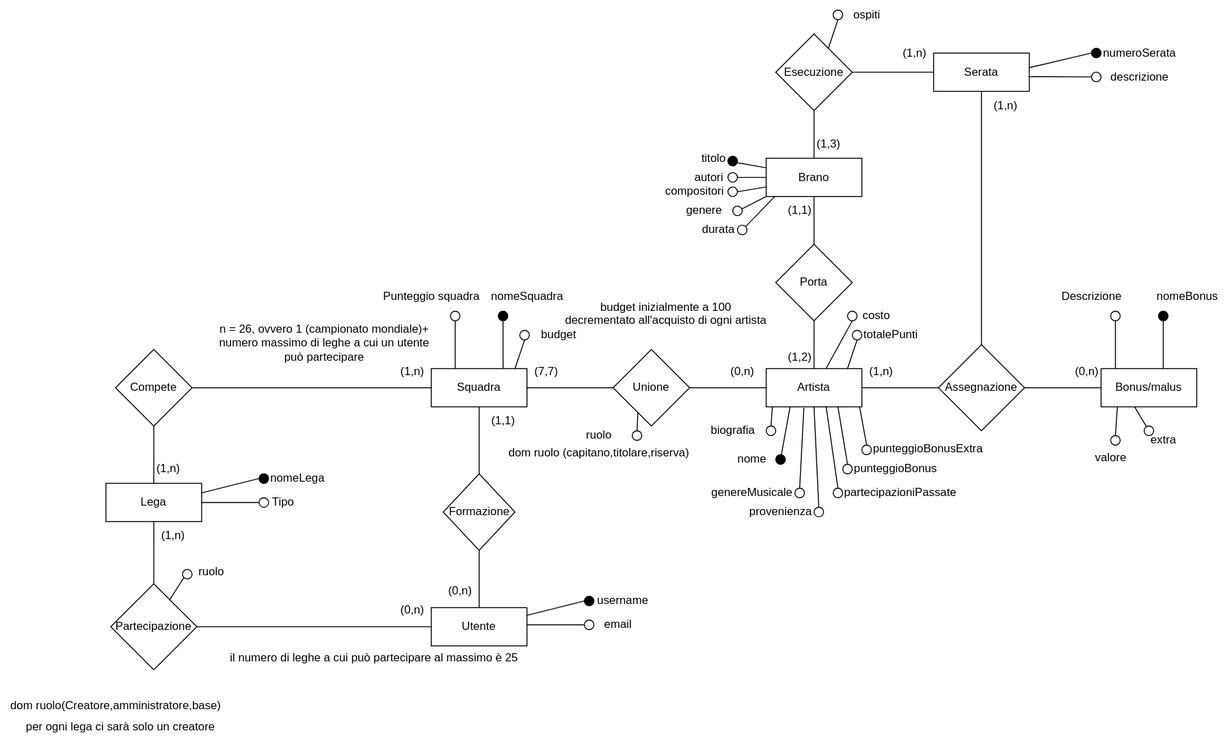
Before: PrimoERBaseBasatoStorato.drawio.svg, a diagram exported from draw.io (Gabriele-traversa/basati_datati_storati). Source tidied: cells renumbered, new cells last; positions are measured from the earlier drawing's top-left corner, leaving out a move shared by most shapes.
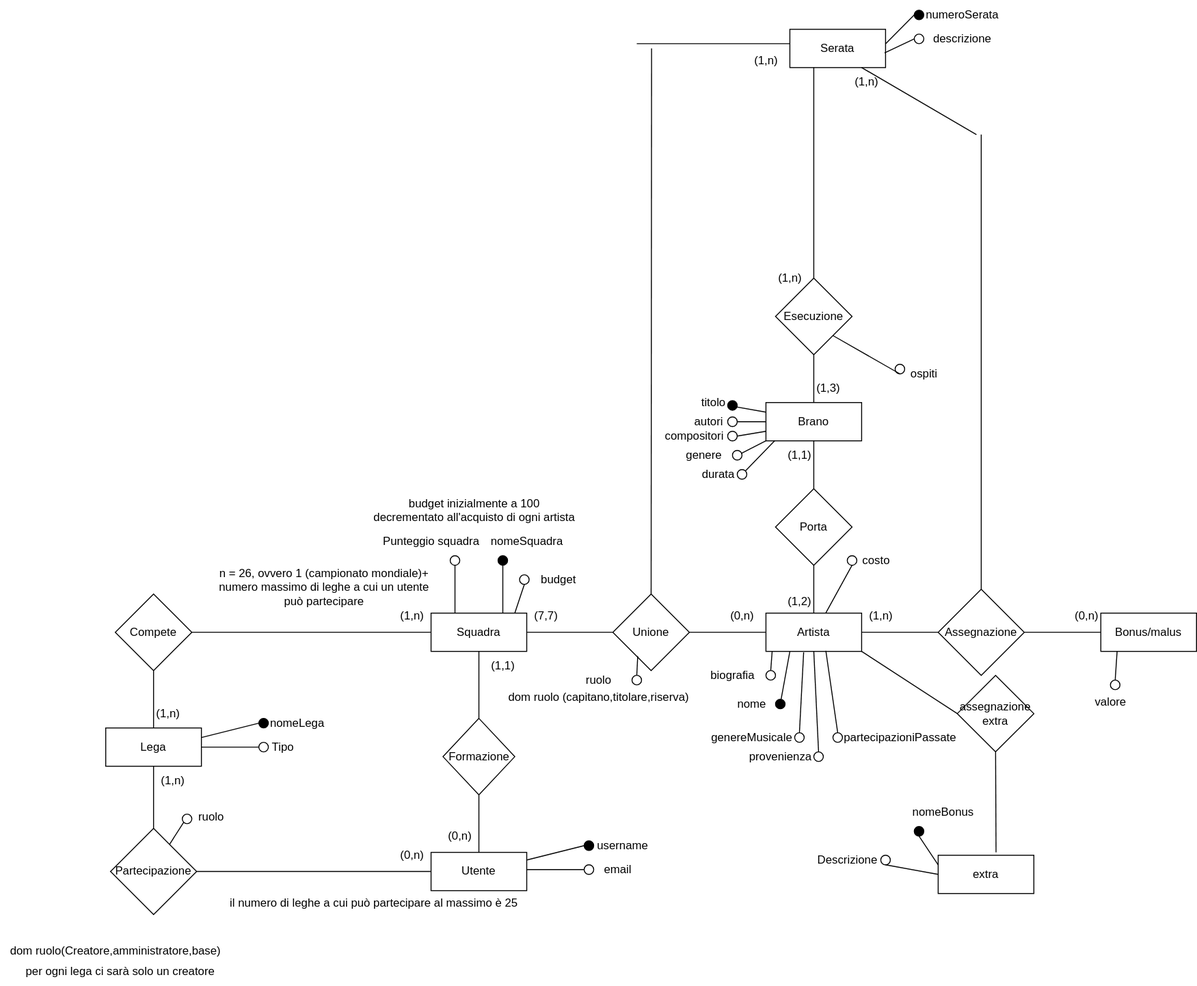
Above is the later version.

Change to the diagram source:
```diff
@@ -9,7 +9,7 @@
       <mxGeometry x="1150" y="385" width="100" height="40" as="geometry" />
     </mxCell>
     <mxCell id="4" value="Serata" style="whiteSpace=wrap;html=1;align=center;" parent="1" vertex="1">
-      <mxGeometry x="975" y="55" width="100" height="40" as="geometry" />
+      <mxGeometry x="825" y="-225" width="100" height="40" as="geometry" />
     </mxCell>
     <mxCell id="5" value="Lega" style="whiteSpace=wrap;html=1;align=center;" parent="1" vertex="1">
       <mxGeometry x="110" y="505" width="100" height="40" as="geometry" />
@@ -59,6 +59,11 @@
     <mxCell id="20" style="edgeStyle=none;html=1;exitX=0;exitY=0.5;exitDx=0;exitDy=0;entryX=1;entryY=0.5;entryDx=0;entryDy=0;endArrow=none;endFill=0;" parent="1" edge="1" source="21" target="7">
       <mxGeometry relative="1" as="geometry" />
     </mxCell>
+    <mxCell id="142" style="edgeStyle=none;html=1;exitX=0.5;exitY=0;exitDx=0;exitDy=0;endArrow=none;endFill=0;" parent="1" edge="1" source="21">
+      <mxGeometry relative="1" as="geometry">
+        <mxPoint x="680.5" y="-205" as="targetPoint" />
+      </mxGeometry>
+    </mxCell>
     <mxCell id="21" value="Unione" style="rhombus;whiteSpace=wrap;html=1;" parent="1" vertex="1">
       <mxGeometry x="640" y="365" width="80" height="80" as="geometry" />
     </mxCell>
@@ -68,8 +73,10 @@
     <mxCell id="23" style="edgeStyle=none;html=1;exitX=1;exitY=0.5;exitDx=0;exitDy=0;entryX=0;entryY=0.5;entryDx=0;entryDy=0;endArrow=none;endFill=0;" parent="1" edge="1" source="25" target="3">
       <mxGeometry relative="1" as="geometry" />
     </mxCell>
-    <mxCell id="24" style="edgeStyle=none;html=1;exitX=0.5;exitY=0;exitDx=0;exitDy=0;entryX=0.5;entryY=1;entryDx=0;entryDy=0;endArrow=none;endFill=0;" parent="1" edge="1" source="25" target="4">
-      <mxGeometry relative="1" as="geometry" />
+    <mxCell id="24" style="edgeStyle=none;html=1;exitX=0.5;exitY=0;exitDx=0;exitDy=0;endArrow=none;endFill=0;" parent="1" edge="1" source="25">
+      <mxGeometry relative="1" as="geometry">
+        <mxPoint x="1025" y="-115" as="targetPoint" />
+      </mxGeometry>
     </mxCell>
     <mxCell id="25" value="Assegnazione" style="rhombus;whiteSpace=wrap;html=1;" parent="1" vertex="1">
       <mxGeometry x="980" y="360" width="90" height="90" as="geometry" />
@@ -86,7 +93,7 @@
     <mxCell id="29" style="edgeStyle=none;html=1;exitX=0.5;exitY=1;exitDx=0;exitDy=0;endArrow=none;endFill=0;" parent="1" edge="1" source="31" target="2">
       <mxGeometry relative="1" as="geometry" />
     </mxCell>
-    <mxCell id="30" style="edgeStyle=none;html=1;exitX=1;exitY=0.5;exitDx=0;exitDy=0;entryX=0;entryY=0.5;entryDx=0;entryDy=0;endArrow=none;endFill=0;" parent="1" edge="1" source="31" target="4">
+    <mxCell id="30" style="edgeStyle=none;html=1;exitX=0.5;exitY=0;exitDx=0;exitDy=0;entryX=0.25;entryY=1;entryDx=0;entryDy=0;endArrow=none;endFill=0;" parent="1" edge="1" source="31" target="4">
       <mxGeometry relative="1" as="geometry" />
     </mxCell>
     <mxCell id="31" value="Esecuzione" style="rhombus;whiteSpace=wrap;html=1;" parent="1" vertex="1">
@@ -171,18 +178,6 @@
     <mxCell id="56" style="ellipse;whiteSpace=wrap;html=1;fillColor=none;" parent="1" vertex="1">
       <mxGeometry x="870" y="510" width="10" height="10" as="geometry" />
     </mxCell>
-    <mxCell id="57" style="edgeStyle=none;html=1;entryX=0.5;entryY=0;entryDx=0;entryDy=0;endArrow=none;endFill=0;strokeColor=default;exitX=0.75;exitY=1;exitDx=0;exitDy=0;" parent="1" edge="1" source="6" target="58">
-      <mxGeometry relative="1" as="geometry" />
-    </mxCell>
-    <mxCell id="58" style="ellipse;whiteSpace=wrap;html=1;fillColor=none;" parent="1" vertex="1">
-      <mxGeometry x="880" y="485" width="10" height="10" as="geometry" />
-    </mxCell>
-    <mxCell id="59" style="edgeStyle=none;html=1;entryX=0.5;entryY=0;entryDx=0;entryDy=0;endArrow=none;endFill=0;strokeColor=default;exitX=0.976;exitY=0.996;exitDx=0;exitDy=0;exitPerimeter=0;" parent="1" edge="1" source="6" target="60">
-      <mxGeometry relative="1" as="geometry" />
-    </mxCell>
-    <mxCell id="60" style="ellipse;whiteSpace=wrap;html=1;fillColor=none;" parent="1" vertex="1">
-      <mxGeometry x="900" y="465" width="10" height="10" as="geometry" />
-    </mxCell>
     <mxCell id="61" value="nome" style="text;html=1;align=center;verticalAlign=middle;strokeColor=none;fillColor=none;" parent="1" vertex="1">
       <mxGeometry x="760" y="465" width="50" height="30" as="geometry" />
     </mxCell>
@@ -198,44 +193,23 @@
     <mxCell id="65" value="partecipazioniPassate" style="text;html=1;align=center;verticalAlign=middle;strokeColor=none;fillColor=none;" parent="1" vertex="1">
       <mxGeometry x="870" y="500" width="140" height="30" as="geometry" />
     </mxCell>
-    <mxCell id="66" value="punteggioBonus" style="text;html=1;align=center;verticalAlign=middle;strokeColor=none;fillColor=none;" parent="1" vertex="1">
-      <mxGeometry x="880" y="475" width="110" height="30" as="geometry" />
-    </mxCell>
-    <mxCell id="67" value="&lt;span style=&quot;color: rgb(0, 0, 0); font-family: Helvetica; font-size: 12px; font-style: normal; font-variant-ligatures: normal; font-variant-caps: normal; font-weight: 400; letter-spacing: normal; orphans: 2; text-align: center; text-indent: 0px; text-transform: none; widows: 2; word-spacing: 0px; -webkit-text-stroke-width: 0px; white-space: nowrap; background-color: rgb(255, 255, 255); text-decoration-thickness: initial; text-decoration-style: initial; text-decoration-color: initial; float: none; display: inline !important;&quot;&gt;punteggioBonusExtra&lt;/span&gt;" style="text;whiteSpace=wrap;html=1;" parent="1" vertex="1">
-      <mxGeometry x="910" y="455" width="120" height="40" as="geometry" />
-    </mxCell>
-    <mxCell id="68" style="edgeStyle=none;html=1;exitX=0.5;exitY=1;exitDx=0;exitDy=0;entryX=0.25;entryY=0;entryDx=0;entryDy=0;endArrow=none;endFill=0;" parent="1" edge="1" source="69">
-      <mxGeometry relative="1" as="geometry">
-        <mxPoint x="885" y="385" as="targetPoint" />
-      </mxGeometry>
-    </mxCell>
-    <mxCell id="69" style="ellipse;whiteSpace=wrap;html=1;fillColor=none;" parent="1" vertex="1">
-      <mxGeometry x="890" y="345" width="10" height="10" as="geometry" />
-    </mxCell>
-    <mxCell id="70" value="totalePunti" style="text;html=1;align=center;verticalAlign=middle;strokeColor=none;fillColor=none;" parent="1" vertex="1">
-      <mxGeometry x="890" y="335" width="80" height="30" as="geometry" />
-    </mxCell>
-    <mxCell id="71" style="edgeStyle=none;html=1;exitX=0.5;exitY=1;exitDx=0;exitDy=0;entryX=0.75;entryY=0;entryDx=0;entryDy=0;endArrow=none;endFill=0;" parent="1" edge="1" source="72">
-      <mxGeometry relative="1" as="geometry">
-        <mxPoint x="1215" y="385" as="targetPoint" />
-      </mxGeometry>
+    <mxCell id="71" style="edgeStyle=none;html=1;exitX=0.5;exitY=1;exitDx=0;exitDy=0;entryX=0;entryY=0.25;entryDx=0;entryDy=0;endArrow=none;endFill=0;" parent="1" edge="1" source="72" target="82">
+      <mxGeometry relative="1" as="geometry" />
     </mxCell>
     <mxCell id="72" style="ellipse;whiteSpace=wrap;html=1;fillColor=#000000;" parent="1" vertex="1">
-      <mxGeometry x="1210" y="325" width="10" height="10" as="geometry" />
+      <mxGeometry x="955" y="608" width="10" height="10" as="geometry" />
     </mxCell>
-    <mxCell id="73" style="edgeStyle=none;html=1;exitX=0.5;exitY=1;exitDx=0;exitDy=0;entryX=0.25;entryY=0;entryDx=0;entryDy=0;endArrow=none;endFill=0;" parent="1" edge="1" source="74">
-      <mxGeometry relative="1" as="geometry">
-        <mxPoint x="1165" y="385" as="targetPoint" />
-      </mxGeometry>
+    <mxCell id="73" style="edgeStyle=none;html=1;exitX=0.5;exitY=1;exitDx=0;exitDy=0;entryX=0;entryY=0.5;entryDx=0;entryDy=0;endArrow=none;endFill=0;" parent="1" edge="1" source="74" target="82">
+      <mxGeometry relative="1" as="geometry" />
     </mxCell>
     <mxCell id="74" style="ellipse;whiteSpace=wrap;html=1;fillColor=none;" parent="1" vertex="1">
-      <mxGeometry x="1160" y="325" width="10" height="10" as="geometry" />
+      <mxGeometry x="920" y="638" width="10" height="10" as="geometry" />
     </mxCell>
     <mxCell id="75" value="nomeBonus" style="text;html=1;align=center;verticalAlign=middle;strokeColor=none;fillColor=none;" parent="1" vertex="1">
-      <mxGeometry x="1195" y="295" width="90" height="30" as="geometry" />
+      <mxGeometry x="940" y="578" width="90" height="30" as="geometry" />
     </mxCell>
     <mxCell id="76" value="Descrizione" style="text;html=1;align=center;verticalAlign=middle;strokeColor=none;fillColor=none;" parent="1" vertex="1">
-      <mxGeometry x="1095" y="295" width="90" height="30" as="geometry" />
+      <mxGeometry x="840" y="628" width="90" height="30" as="geometry" />
     </mxCell>
     <mxCell id="77" style="edgeStyle=none;html=1;entryX=0.5;entryY=0;entryDx=0;entryDy=0;endArrow=none;endFill=0;strokeColor=default;exitX=0.065;exitY=0.998;exitDx=0;exitDy=0;exitPerimeter=0;" parent="1" edge="1" target="78">
       <mxGeometry relative="1" as="geometry">
@@ -245,20 +219,9 @@
     <mxCell id="78" style="ellipse;whiteSpace=wrap;html=1;fillColor=none;" parent="1" vertex="1">
       <mxGeometry x="1160" y="455" width="10" height="10" as="geometry" />
     </mxCell>
-    <mxCell id="79" style="edgeStyle=none;html=1;exitX=0.25;exitY=1;exitDx=0;exitDy=0;endArrow=none;endFill=0;" parent="1" edge="1" target="80">
-      <mxGeometry relative="1" as="geometry">
-        <mxPoint x="1185" y="425" as="sourcePoint" />
-      </mxGeometry>
-    </mxCell>
-    <mxCell id="80" style="ellipse;whiteSpace=wrap;html=1;fillColor=none;" parent="1" vertex="1">
-      <mxGeometry x="1195" y="445" width="10" height="10" as="geometry" />
-    </mxCell>
     <mxCell id="81" value="valore" style="text;html=1;align=center;verticalAlign=middle;strokeColor=none;fillColor=none;" parent="1" vertex="1">
       <mxGeometry x="1130" y="463" width="60" height="30" as="geometry" />
     </mxCell>
-    <mxCell id="82" value="extra" style="text;html=1;align=center;verticalAlign=middle;points=[];strokeColor=none;fillColor=none;" parent="1" vertex="1">
-      <mxGeometry x="1190" y="445" width="50" height="30" as="geometry" />
-    </mxCell>
     <mxCell id="83" style="edgeStyle=none;html=1;exitX=1;exitY=0.5;exitDx=0;exitDy=0;entryX=0;entryY=0.5;entryDx=0;entryDy=0;endArrow=none;endFill=0;strokeColor=default;" parent="1" edge="1" target="86">
       <mxGeometry relative="1" as="geometry">
         <mxPoint x="550" y="653" as="sourcePoint" />
@@ -285,30 +248,28 @@
       <mxGeometry relative="1" as="geometry" />
     </mxCell>
     <mxCell id="90" style="ellipse;whiteSpace=wrap;html=1;fillColor=#000000;" parent="1" vertex="1">
-      <mxGeometry x="1140" y="50" width="10" height="10" as="geometry" />
+      <mxGeometry x="955" y="-245" width="10" height="10" as="geometry" />
     </mxCell>
     <mxCell id="91" style="edgeStyle=none;html=1;exitX=0.999;exitY=0.382;exitDx=0;exitDy=0;entryX=0;entryY=0.5;entryDx=0;entryDy=0;endArrow=none;endFill=0;exitPerimeter=0;" parent="1" edge="1" source="4" target="90">
       <mxGeometry relative="1" as="geometry" />
     </mxCell>
     <mxCell id="92" style="ellipse;whiteSpace=wrap;html=1;fillColor=none;" parent="1" vertex="1">
-      <mxGeometry x="1140" y="75" width="10" height="10" as="geometry" />
+      <mxGeometry x="955" y="-220" width="10" height="10" as="geometry" />
     </mxCell>
     <mxCell id="93" value="numeroSerata" style="text;html=1;align=center;verticalAlign=middle;strokeColor=none;fillColor=none;" parent="1" vertex="1">
-      <mxGeometry x="1140" y="40" width="100" height="30" as="geometry" />
+      <mxGeometry x="955" y="-255" width="100" height="30" as="geometry" />
     </mxCell>
     <mxCell id="94" value="descrizione" style="text;html=1;align=center;verticalAlign=middle;strokeColor=none;fillColor=none;" parent="1" vertex="1">
-      <mxGeometry x="1150" y="65" width="80" height="30" as="geometry" />
+      <mxGeometry x="965" y="-230" width="80" height="30" as="geometry" />
     </mxCell>
-    <mxCell id="95" style="edgeStyle=none;html=1;exitX=0.5;exitY=1;exitDx=0;exitDy=0;entryX=0.25;entryY=0;entryDx=0;entryDy=0;endArrow=none;endFill=0;" parent="1" edge="1" source="96">
-      <mxGeometry relative="1" as="geometry">
-        <mxPoint x="865" y="50" as="targetPoint" />
-      </mxGeometry>
+    <mxCell id="95" style="edgeStyle=none;html=1;exitX=0.5;exitY=1;exitDx=0;exitDy=0;entryX=1;entryY=1;entryDx=0;entryDy=0;endArrow=none;endFill=0;" parent="1" edge="1" source="96" target="31">
+      <mxGeometry relative="1" as="geometry" />
     </mxCell>
     <mxCell id="96" style="ellipse;whiteSpace=wrap;html=1;fillColor=none;" parent="1" vertex="1">
-      <mxGeometry x="870" y="10" width="10" height="10" as="geometry" />
+      <mxGeometry x="935" y="125" width="10" height="10" as="geometry" />
     </mxCell>
     <mxCell id="97" value="ospiti" style="text;html=1;align=center;verticalAlign=middle;strokeColor=none;fillColor=none;" parent="1" vertex="1">
-      <mxGeometry x="880" width="50" height="30" as="geometry" />
+      <mxGeometry x="940" y="120" width="50" height="30" as="geometry" />
     </mxCell>
     <mxCell id="98" value="(0,n)" style="text;html=1;align=center;verticalAlign=middle;strokeColor=none;fillColor=none;" parent="1" vertex="1">
       <mxGeometry x="405" y="623" width="50" height="30" as="geometry" />
@@ -353,7 +314,7 @@
       <mxGeometry x="810" y="205" width="50" height="30" as="geometry" />
     </mxCell>
     <mxCell id="112" value="(1,n)" style="text;html=1;align=center;verticalAlign=middle;strokeColor=none;fillColor=none;" parent="1" vertex="1">
-      <mxGeometry x="930" y="40" width="50" height="30" as="geometry" />
+      <mxGeometry x="800" y="20" width="50" height="30" as="geometry" />
     </mxCell>
     <mxCell id="113" value="(1,3)" style="text;html=1;align=center;verticalAlign=middle;strokeColor=none;fillColor=none;" parent="1" vertex="1">
       <mxGeometry x="840" y="135" width="50" height="30" as="geometry" />
@@ -381,7 +342,7 @@
       <mxGeometry x="552.5" y="335" width="60" height="30" as="geometry" />
     </mxCell>
     <mxCell id="120" value="budget inizialmente a 100&lt;br&gt;decrementato all'acquisto di ogni artista&lt;div&gt;&lt;br&gt;&lt;/div&gt;" style="text;html=1;align=center;verticalAlign=middle;strokeColor=none;fillColor=none;" parent="1" vertex="1">
-      <mxGeometry x="580" y="305" width="230" height="60" as="geometry" />
+      <mxGeometry x="380" y="255" width="230" height="60" as="geometry" />
     </mxCell>
     <mxCell id="121" value="per ogni lega ci sarà solo un creatore" style="text;html=1;align=center;verticalAlign=middle;strokeColor=none;fillColor=none;" parent="1" vertex="1">
       <mxGeometry x="15" y="745" width="220" height="30" as="geometry" />
@@ -446,7 +407,35 @@
       <mxGeometry x="705" y="205" width="60" height="30" as="geometry" />
     </mxCell>
     <mxCell id="141" value="(1,n)" style="text;html=1;align=center;verticalAlign=middle;strokeColor=none;fillColor=none;" parent="1" vertex="1">
-      <mxGeometry x="1025" y="95" width="50" height="30" as="geometry" />
+      <mxGeometry x="880" y="-185" width="50" height="30" as="geometry" />
     </mxCell>
+    <mxCell id="82" value="extra" style="whiteSpace=wrap;html=1;align=center;" parent="1" vertex="1">
+      <mxGeometry x="980" y="638" width="100" height="40" as="geometry" />
+    </mxCell>
+    <mxCell id="143" style="edgeStyle=none;html=1;exitX=0;exitY=0.5;exitDx=0;exitDy=0;entryX=1;entryY=1;entryDx=0;entryDy=0;endArrow=none;endFill=0;" parent="1" edge="1" source="145" target="6">
+      <mxGeometry relative="1" as="geometry" />
+    </mxCell>
+    <mxCell id="144" style="edgeStyle=none;html=1;exitX=0.5;exitY=1;exitDx=0;exitDy=0;endArrow=none;endFill=0;" parent="1" edge="1" source="145">
+      <mxGeometry relative="1" as="geometry">
+        <mxPoint x="1040.5" y="635" as="targetPoint" />
+      </mxGeometry>
+    </mxCell>
+    <mxCell id="145" value="assegnazione extra" style="rhombus;whiteSpace=wrap;html=1;" parent="1" vertex="1">
+      <mxGeometry x="1000" y="450" width="80" height="80" as="geometry" />
+    </mxCell>
+    <mxCell id="146" style="endArrow=none;html=1;rounded=0;exitX=0.75;exitY=1;exitDx=0;exitDy=0;" parent="1" edge="1" source="4">
+      <mxGeometry relative="1" as="geometry">
+        <mxPoint x="1020" y="-115" as="targetPoint" />
+      </mxGeometry>
+    </mxCell>
+    <mxCell id="147" style="endArrow=none;html=1;rounded=0;" parent="1" edge="1">
+      <mxGeometry relative="1" as="geometry">
+        <mxPoint x="665" y="-210" as="sourcePoint" />
+        <mxPoint x="825" y="-210" as="targetPoint" />
+      </mxGeometry>
+    </mxCell>
+    <mxCell id="148" value="(1,n)" style="text;html=1;align=center;verticalAlign=middle;strokeColor=none;fillColor=none;" parent="1" vertex="1">
+      <mxGeometry x="775" y="-207" width="50" height="30" as="geometry" />
+    </mxCell>
   </root>
 </mxGraphModel>
```
